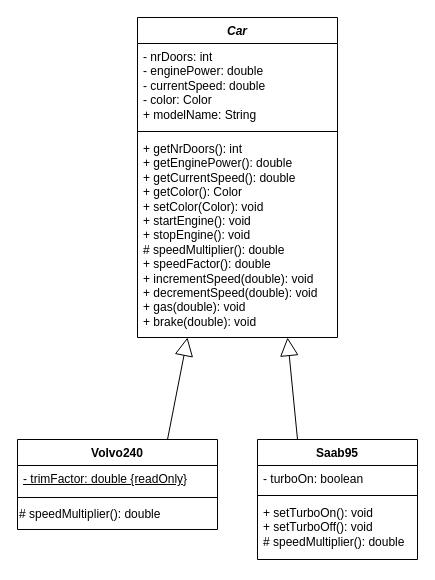
Algaras-dev/TDA553-Lab keeps this draw.io diagram as lab1.drawio. Above is the earlier version. Source tidied: cells renumbered, new cells numbered last; positions are measured from the earlier drawing's top-left corner, leaving out a move shared by most shapes. Both pictures are drawn from the tidied source at 100%, with x=0, y=0 at pixel (17, 17).
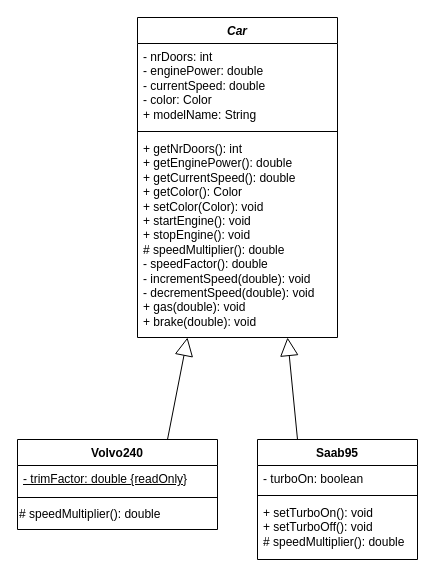
After the change.

Commit message (it also covers changes not shown here):
refactor: reduced access modifiers

The edit, as a diff of the source:
```diff
@@
 <mxGraphModel>
   <root>
     <mxCell id="0" />
     <mxCell id="1" parent="0" />
     <mxCell id="2" value="Volvo240" style="swimlane;fontStyle=1;align=center;verticalAlign=top;horizontal=1;startSize=26;whiteSpace=wrap;html=1;" parent="1" vertex="1">
       <mxGeometry y="422" width="200" height="90" as="geometry" />
     </mxCell>
     <mxCell id="3" value="&lt;u&gt;- trimFactor: double {readOnly}&lt;/u&gt;" style="text;strokeColor=none;fillColor=none;align=left;verticalAlign=top;spacingLeft=4;spacingRight=4;overflow=hidden;whiteSpace=wrap;html=1;" parent="2" vertex="1">
       <mxGeometry y="26" width="200" height="30" as="geometry" />
     </mxCell>
     <mxCell id="4" style="line;strokeWidth=1;fillColor=none;align=left;verticalAlign=middle;spacingTop=-1;spacingLeft=3;spacingRight=3;labelPosition=right;strokeColor=inherit;" parent="2" vertex="1">
       <mxGeometry y="56" width="200" height="4" as="geometry" />
     </mxCell>
     <mxCell id="5" value="#&amp;nbsp;speedMultiplier(): double" style="text;html=1;whiteSpace=wrap;strokeColor=none;fillColor=none;align=left;verticalAlign=middle;rounded=0;" parent="2" vertex="1">
       <mxGeometry y="60" width="200" height="30" as="geometry" />
     </mxCell>
     <mxCell id="6" value="Saab95&lt;div&gt;&lt;br&gt;&lt;/div&gt;" style="swimlane;fontStyle=1;align=center;verticalAlign=top;horizontal=1;startSize=26;whiteSpace=wrap;html=1;" parent="1" vertex="1">
       <mxGeometry x="240" y="422" width="160" height="120" as="geometry" />
     </mxCell>
     <mxCell id="7" value="- turboOn: boolean" style="text;strokeColor=none;fillColor=none;align=left;verticalAlign=top;spacingLeft=4;spacingRight=4;overflow=hidden;whiteSpace=wrap;html=1;" parent="6" vertex="1">
       <mxGeometry y="26" width="160" height="26" as="geometry" />
     </mxCell>
     <mxCell id="8" style="line;strokeWidth=1;fillColor=none;align=left;verticalAlign=middle;spacingTop=-1;spacingLeft=3;spacingRight=3;labelPosition=right;strokeColor=inherit;" parent="6" vertex="1">
       <mxGeometry y="52" width="160" height="8" as="geometry" />
     </mxCell>
     <mxCell id="9" value="+ setTurboOn(): void&lt;div&gt;+ setTurboOff(): void&lt;/div&gt;&lt;div&gt;#&amp;nbsp;speedMultiplier(): double&lt;/div&gt;" style="text;strokeColor=none;fillColor=none;align=left;verticalAlign=top;spacingLeft=4;spacingRight=4;overflow=hidden;whiteSpace=wrap;html=1;" parent="6" vertex="1">
       <mxGeometry y="60" width="160" height="60" as="geometry" />
     </mxCell>
     <mxCell id="10" value="&lt;i&gt;Car&lt;/i&gt;" style="swimlane;fontStyle=1;align=center;verticalAlign=top;horizontal=1;startSize=26;whiteSpace=wrap;html=1;" parent="1" vertex="1">
       <mxGeometry x="120" width="200" height="320" as="geometry" />
     </mxCell>
     <mxCell id="11" value="- nrDoors: int&lt;br&gt;- enginePower: double&lt;br&gt;&lt;div&gt;- currentSpeed: double&lt;/div&gt;&lt;div&gt;- color: Color&lt;/div&gt;&lt;div&gt;+ modelName: String&lt;/div&gt;" style="text;strokeColor=none;fillColor=none;align=left;verticalAlign=top;spacingLeft=4;spacingRight=4;overflow=hidden;whiteSpace=wrap;html=1;" parent="10" vertex="1">
       <mxGeometry y="26" width="200" height="84" as="geometry" />
     </mxCell>
     <mxCell id="12" style="line;strokeWidth=1;fillColor=none;align=left;verticalAlign=middle;spacingTop=-1;spacingLeft=3;spacingRight=3;labelPosition=right;strokeColor=inherit;" parent="10" vertex="1">
       <mxGeometry y="110" width="200" height="8" as="geometry" />
     </mxCell>
-    <mxCell id="13" value="+ getNrDoors(): int&lt;div&gt;+ getEnginePower(): double&lt;/div&gt;&lt;div&gt;+ getCurrentSpeed(): double&lt;/div&gt;&lt;div&gt;+ getColor(): Color&lt;/div&gt;&lt;div&gt;+ setColor(Color): void&lt;/div&gt;&lt;div&gt;+ startEngine(): void&lt;/div&gt;&lt;div&gt;+ stopEngine(): void&lt;/div&gt;&lt;div&gt;#&amp;nbsp;speedMultiplier(): double&lt;/div&gt;&lt;div&gt;+ speedFactor(): double&lt;/div&gt;&lt;div&gt;+ incrementSpeed(double): void&lt;/div&gt;&lt;div&gt;+ decrementSpeed(double): void&lt;/div&gt;&lt;div&gt;+ gas(double): void&lt;/div&gt;&lt;div&gt;+ brake(double): void&lt;/div&gt;" style="text;strokeColor=none;fillColor=none;align=left;verticalAlign=top;spacingLeft=4;spacingRight=4;overflow=hidden;whiteSpace=wrap;html=1;" parent="10" vertex="1">
+    <mxCell id="13" value="+ getNrDoors(): int&lt;div&gt;+ getEnginePower(): double&lt;/div&gt;&lt;div&gt;+ getCurrentSpeed(): double&lt;/div&gt;&lt;div&gt;+ getColor(): Color&lt;/div&gt;&lt;div&gt;+ setColor(Color): void&lt;/div&gt;&lt;div&gt;+ startEngine(): void&lt;/div&gt;&lt;div&gt;+ stopEngine(): void&lt;/div&gt;&lt;div&gt;#&amp;nbsp;speedMultiplier(): double&lt;/div&gt;&lt;div&gt;- speedFactor(): double&lt;/div&gt;&lt;div&gt;- incrementSpeed(double): void&lt;/div&gt;&lt;div&gt;- decrementSpeed(double): void&lt;/div&gt;&lt;div&gt;+ gas(double): void&lt;/div&gt;&lt;div&gt;+ brake(double): void&lt;/div&gt;" style="text;strokeColor=none;fillColor=none;align=left;verticalAlign=top;spacingLeft=4;spacingRight=4;overflow=hidden;whiteSpace=wrap;html=1;" parent="10" vertex="1">
       <mxGeometry y="118" width="200" height="202" as="geometry" />
     </mxCell>
     <mxCell id="14" style="text;strokeColor=none;fillColor=none;align=left;verticalAlign=middle;spacingTop=-1;spacingLeft=4;spacingRight=4;labelPosition=right;" parent="1" vertex="1">
       <mxGeometry x="330" y="200" width="20" height="14" as="geometry" />
     </mxCell>
     <mxCell id="15" style="endArrow=block;endSize=16;endFill=0;html=1;rounded=0;exitX=0.25;exitY=0;exitDx=0;exitDy=0;entryX=0.75;entryY=1;entryDx=0;entryDy=0;" parent="1" edge="1" source="6" target="10">
       <mxGeometry relative="1" as="geometry" />
     </mxCell>
     <mxCell id="16" style="endArrow=block;endSize=16;endFill=0;html=1;rounded=0;exitX=0.75;exitY=0;exitDx=0;exitDy=0;entryX=0.25;entryY=1;entryDx=0;entryDy=0;" parent="1" edge="1" source="2" target="10">
       <mxGeometry relative="1" as="geometry" />
     </mxCell>
   </root>
 </mxGraphModel>
```
